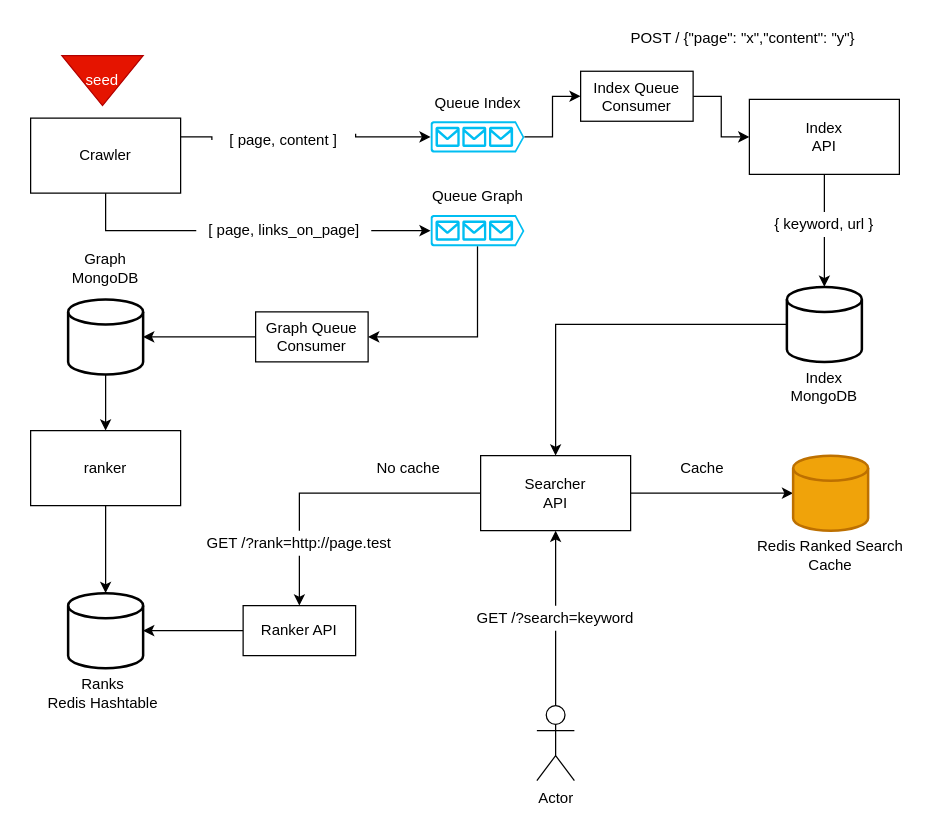
Before: search-engine.drawio in lariskovski/search-engine, a draw.io diagram. Source tidied: cells renumbered, new cells numbered last; positions are measured from the earlier drawing's top-left corner, leaving out a move shared by most shapes. Both pictures are drawn from the tidied source at 125%, with x=0, y=0 at pixel (20, 20).
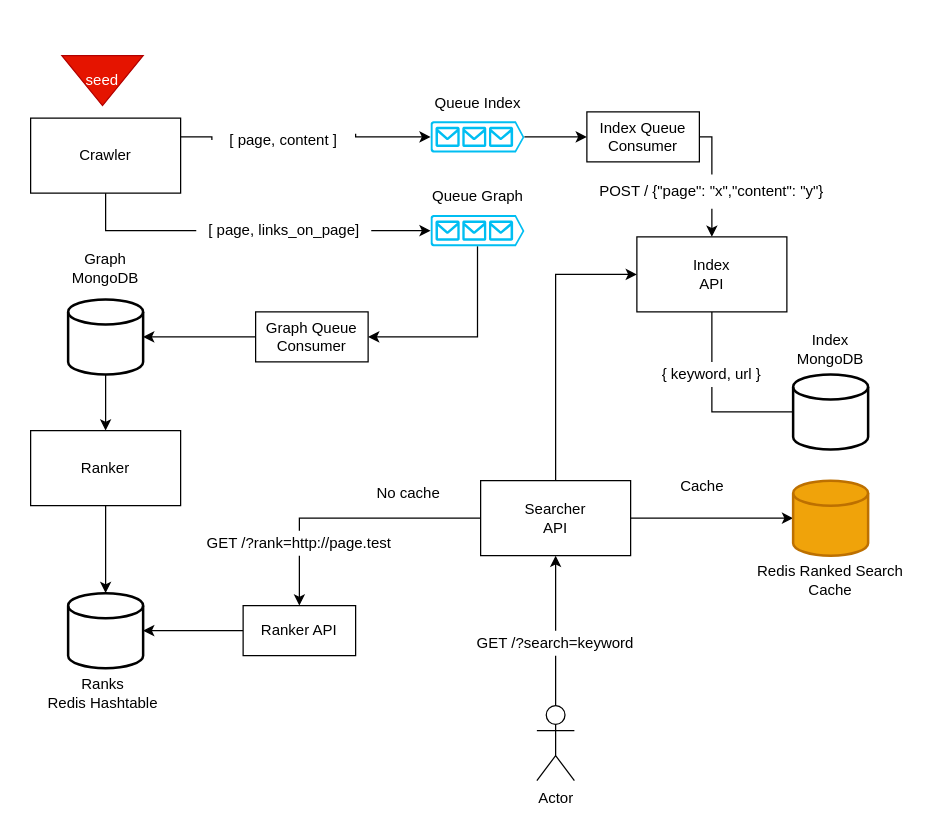
After the change.

Commit message:
Change searcher interaction with index drawing

The change refers to these unchanged cells:
```xml
<mxCell id="49" value="GET /?rank=http://page.test" style="text;html=1;strokeColor=none;fillColor=none;align=center;verticalAlign=middle;whiteSpace=wrap;rounded=0;" parent="1" vertex="1">
  <mxGeometry x="148" y="408" width="150" height="20" as="geometry" />
</mxCell>
```

What changed in the source:
```diff
@@
-    <mxCell id="10" style="edgeStyle=orthogonalEdgeStyle;rounded=0;jettySize=auto;html=1;entryX=0.5;entryY=0;entryDx=0;entryDy=0;entryPerimeter=0;startArrow=none;" parent="1" edge="1" source="38" target="13">
-      <mxGeometry relative="1" as="geometry" />
-    </mxCell>
     <mxCell id="11" value="Index&lt;br&gt;API" style="rounded=0;whiteSpace=wrap;html=1;" parent="1" vertex="1">
-      <mxGeometry x="583" y="63" width="120" height="60" as="geometry" />
+      <mxGeometry x="493" y="173" width="120" height="60" as="geometry" />
     </mxCell>
-    <mxCell id="12" style="edgeStyle=orthogonalEdgeStyle;rounded=0;jettySize=auto;html=1;exitX=0;exitY=0.5;exitDx=0;exitDy=0;exitPerimeter=0;entryX=0.5;entryY=0;entryDx=0;entryDy=0;startArrow=none;startFill=0;strokeWidth=1;" parent="1" edge="1" source="13" target="20">
-      <mxGeometry relative="1" as="geometry" />
-    </mxCell>
     <mxCell id="13" style="strokeWidth=2;html=1;shape=mxgraph.flowchart.database;whiteSpace=wrap;" parent="1" vertex="1">
-      <mxGeometry x="613" y="213" width="60" height="60" as="geometry" />
+      <mxGeometry x="618" y="283" width="60" height="60" as="geometry" />
     </mxCell>
     <mxCell id="14" value="Index&lt;br&gt;MongoDB" style="text;html=1;strokeColor=none;fillColor=none;align=center;verticalAlign=middle;whiteSpace=wrap;rounded=0;" parent="1" vertex="1">
-      <mxGeometry x="578" y="273" width="130" height="40" as="geometry" />
+      <mxGeometry x="583" y="243" width="130" height="40" as="geometry" />
     </mxCell>
@@
-    <mxCell id="16" value="ranker" style="rounded=0;whiteSpace=wrap;html=1;" parent="1" vertex="1">
+    <mxCell id="16" value="Ranker" style="rounded=0;whiteSpace=wrap;html=1;" parent="1" vertex="1">
       <mxGeometry x="8" y="328" width="120" height="60" as="geometry" />
     </mxCell>
@@
+    <mxCell id="51" style="edgeStyle=orthogonalEdgeStyle;rounded=0;jettySize=auto;html=1;entryX=0;entryY=0.5;entryDx=0;entryDy=0;exitX=0.5;exitY=0;exitDx=0;exitDy=0;" parent="1" edge="1" source="20" target="11">
+      <mxGeometry relative="1" as="geometry" />
+    </mxCell>
     <mxCell id="20" value="Searcher&lt;br&gt;API" style="rounded=0;whiteSpace=wrap;html=1;" parent="1" vertex="1">
-      <mxGeometry x="368" y="348" width="120" height="60" as="geometry" />
+      <mxGeometry x="368" y="368" width="120" height="60" as="geometry" />
     </mxCell>
@@
-    <mxCell id="26" style="edgeStyle=orthogonalEdgeStyle;rounded=0;jettySize=auto;html=1;entryX=0;entryY=0.5;entryDx=0;entryDy=0;" parent="1" edge="1" source="27" target="11">
+    <mxCell id="26" style="edgeStyle=orthogonalEdgeStyle;rounded=0;jettySize=auto;html=1;entryX=0.5;entryY=0;entryDx=0;entryDy=0;exitX=0.5;exitY=1;exitDx=0;exitDy=0;startArrow=none;" parent="1" edge="1" source="28" target="11">
       <mxGeometry relative="1" as="geometry" />
     </mxCell>
     <mxCell id="27" value="Index Queue Consumer" style="rounded=0;whiteSpace=wrap;html=1;" parent="1" vertex="1">
-      <mxGeometry x="448" y="40.5" width="90" height="40" as="geometry" />
+      <mxGeometry x="453" y="73" width="90" height="40" as="geometry" />
     </mxCell>
-    <mxCell id="28" value="POST / {&quot;page&quot;: &quot;x&quot;,&quot;content&quot;: &quot;y&quot;}" style="text;html=1;strokeColor=none;fillColor=none;align=center;verticalAlign=middle;whiteSpace=wrap;rounded=0;" parent="1" vertex="1">
-      <mxGeometry x="478" y="0.5" width="200" height="27.5" as="geometry" />
-    </mxCell>
@@
     <mxCell id="31" style="strokeWidth=2;html=1;shape=mxgraph.flowchart.database;whiteSpace=wrap;fillColor=#f0a30a;strokeColor=#BD7000;fontColor=#000000;" parent="1" vertex="1">
-      <mxGeometry x="618" y="348" width="60" height="60" as="geometry" />
+      <mxGeometry x="618" y="368" width="60" height="60" as="geometry" />
     </mxCell>
     <mxCell id="32" value="Redis Ranked Search Cache" style="text;html=1;strokeColor=none;fillColor=none;align=center;verticalAlign=middle;whiteSpace=wrap;rounded=0;" parent="1" vertex="1">
-      <mxGeometry x="583" y="408" width="130" height="40" as="geometry" />
+      <mxGeometry x="583" y="428" width="130" height="40" as="geometry" />
     </mxCell>
@@
     <mxCell id="35" value="GET /?search=keyword" style="text;html=1;strokeColor=none;fillColor=none;align=center;verticalAlign=middle;whiteSpace=wrap;rounded=0;" parent="1" vertex="1">
-      <mxGeometry x="353" y="468" width="150" height="20" as="geometry" />
+      <mxGeometry x="353" y="488" width="150" height="20" as="geometry" />
     </mxCell>
@@
-    <mxCell id="38" value="{ keyword, url }" style="text;html=1;strokeColor=none;fillColor=none;align=center;verticalAlign=middle;whiteSpace=wrap;rounded=0;" parent="1" vertex="1">
-      <mxGeometry x="593" y="153" width="100" height="20" as="geometry" />
-    </mxCell>
-    <mxCell id="39" style="edgeStyle=orthogonalEdgeStyle;rounded=0;jettySize=auto;html=1;entryX=0.5;entryY=0;entryDx=0;entryDy=0;entryPerimeter=0;endArrow=none;" parent="1" edge="1" source="11" target="38">
+    <mxCell id="39" style="edgeStyle=orthogonalEdgeStyle;rounded=0;jettySize=auto;html=1;entryX=0;entryY=0.5;entryDx=0;entryDy=0;endArrow=none;exitX=0.5;exitY=1;exitDx=0;exitDy=0;entryPerimeter=0;startArrow=none;" parent="1" edge="1" source="38" target="13">
       <mxGeometry relative="1" as="geometry" />
     </mxCell>
@@
     <mxCell id="47" value="Cache" style="text;html=1;strokeColor=none;fillColor=none;align=center;verticalAlign=middle;whiteSpace=wrap;rounded=0;" parent="1" vertex="1">
-      <mxGeometry x="503" y="343" width="85" height="30" as="geometry" />
+      <mxGeometry x="503" y="358" width="85" height="30" as="geometry" />
     </mxCell>
     <mxCell id="48" value="No cache" style="text;html=1;strokeColor=none;fillColor=none;align=center;verticalAlign=middle;whiteSpace=wrap;rounded=0;" parent="1" vertex="1">
-      <mxGeometry x="268" y="343" width="85" height="30" as="geometry" />
+      <mxGeometry x="268" y="363" width="85" height="30" as="geometry" />
     </mxCell>
@@
     <mxCell id="50" style="edgeStyle=orthogonalEdgeStyle;rounded=0;jettySize=auto;html=1;entryX=0.5;entryY=0;entryDx=0;entryDy=0;endArrow=none;" parent="1" edge="1" source="20" target="49">
-      <mxGeometry relative="1" as="geometry" />
+      <mxGeometry relative="1" as="geometry">
+        <Array as="points">
+          <mxPoint x="223" y="398" />
+        </Array>
+      </mxGeometry>
     </mxCell>
+    <mxCell id="28" value="POST / {&quot;page&quot;: &quot;x&quot;,&quot;content&quot;: &quot;y&quot;}" style="text;html=1;strokeColor=none;fillColor=none;align=center;verticalAlign=middle;whiteSpace=wrap;rounded=0;" parent="1" vertex="1">
+      <mxGeometry x="453" y="123" width="200" height="27.5" as="geometry" />
+    </mxCell>
+    <mxCell id="52" style="edgeStyle=orthogonalEdgeStyle;rounded=0;jettySize=auto;html=1;entryX=0.5;entryY=0;entryDx=0;entryDy=0;exitX=1;exitY=0.5;exitDx=0;exitDy=0;endArrow=none;" parent="1" edge="1" source="27" target="28">
+      <mxGeometry relative="1" as="geometry" />
+    </mxCell>
+    <mxCell id="38" value="{ keyword, url }" style="text;html=1;strokeColor=none;fillColor=none;align=center;verticalAlign=middle;whiteSpace=wrap;rounded=0;" parent="1" vertex="1">
+      <mxGeometry x="503" y="273" width="100" height="20" as="geometry" />
+    </mxCell>
+    <mxCell id="53" style="edgeStyle=orthogonalEdgeStyle;rounded=0;jettySize=auto;html=1;entryX=0.5;entryY=0;entryDx=0;entryDy=0;endArrow=none;exitX=0.5;exitY=1;exitDx=0;exitDy=0;" parent="1" edge="1" source="11" target="38">
+      <mxGeometry relative="1" as="geometry" />
+    </mxCell>
```
